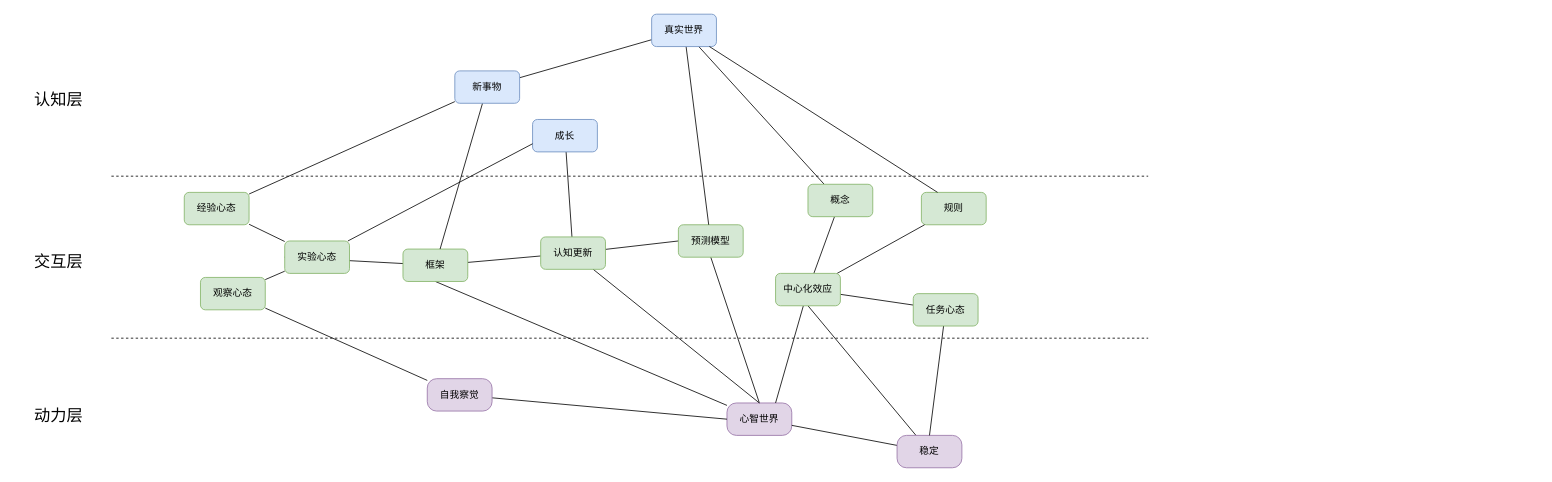
This is 深度思考-认知三层模型.drawio from youyusan/open_mind, a draw.io file, before an edit. Source tidied: cells renumbered, new cells numbered last; positions are measured from the earlier drawing's top-left corner, leaving out a move shared by most shapes. Both pictures are drawn from the tidied source at 81%, with x=0, y=0 at pixel (14, 14).
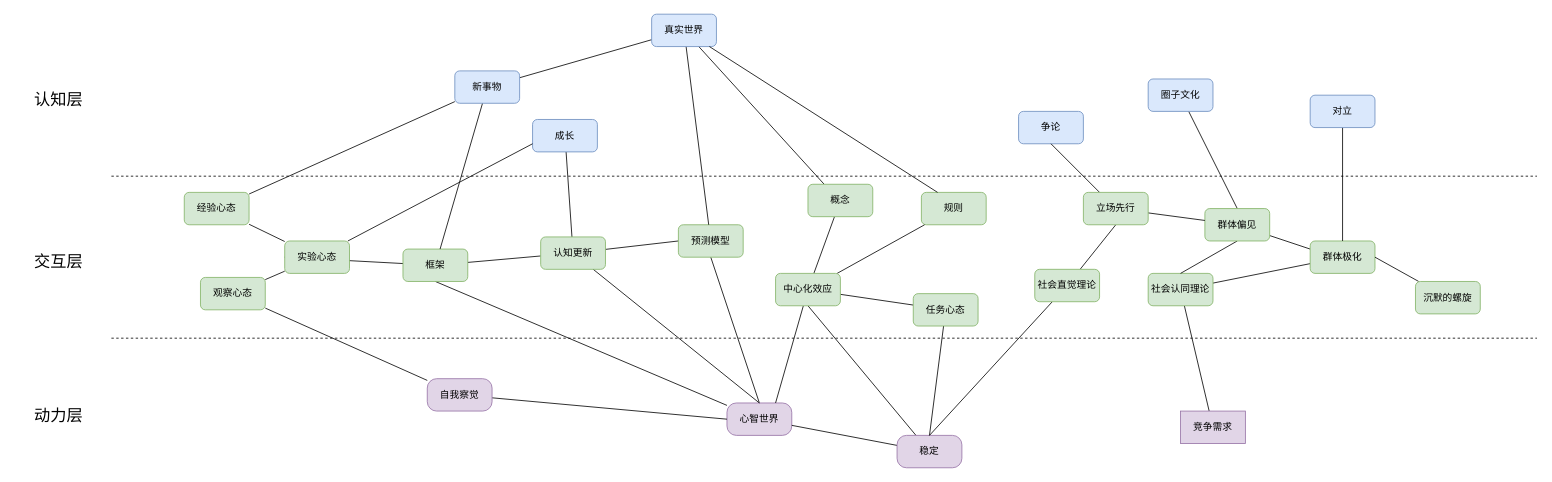
The same page after the edit.

Commit message (it also covers changes not shown here):
更新深度思考-认知三层模型.drawio

The change refers to these unchanged cells:
```xml
<mxCell id="18" value="稳定" style="rounded=1;whiteSpace=wrap;html=1;fillColor=#e1d5e7;strokeColor=#9673a6;arcSize=29;" parent="1" vertex="1">
  <mxGeometry x="1090" y="520" width="80" height="40" as="geometry" />
</mxCell>
```

The edit, as a diff of the source:
```diff
@@
     <mxCell id="2" style="endArrow=none;dashed=1;html=1;rounded=0;" parent="1" edge="1">
       <mxGeometry relative="1" as="geometry">
         <mxPoint x="120" y="200" as="sourcePoint" />
-        <mxPoint x="1400" y="200" as="targetPoint" />
+        <mxPoint x="1880" y="200" as="targetPoint" />
       </mxGeometry>
     </mxCell>
     <mxCell id="3" style="endArrow=none;dashed=1;html=1;rounded=0;" parent="1" edge="1">
       <mxGeometry relative="1" as="geometry">
         <mxPoint x="120" y="400" as="sourcePoint" />
-        <mxPoint x="1400" y="400" as="targetPoint" />
+        <mxPoint x="1880" y="400" as="targetPoint" />
       </mxGeometry>
     </mxCell>
@@
+    <mxCell id="48" value="争论" style="rounded=1;whiteSpace=wrap;html=1;fillColor=#dae8fc;strokeColor=#6c8ebf;" parent="1" vertex="1">
+      <mxGeometry x="1240" y="120" width="80" height="40" as="geometry" />
+    </mxCell>
+    <mxCell id="49" style="edgeStyle=none;rounded=0;jettySize=auto;html=1;entryX=0.5;entryY=0;entryDx=0;entryDy=0;strokeColor=default;align=center;verticalAlign=middle;fontFamily=Helvetica;fontSize=11;fontColor=default;labelBackgroundColor=default;endArrow=none;endFill=0;" parent="1" edge="1" source="51" target="18">
+      <mxGeometry relative="1" as="geometry" />
+    </mxCell>
+    <mxCell id="50" style="edgeStyle=none;rounded=0;jettySize=auto;html=1;entryX=0.5;entryY=1;entryDx=0;entryDy=0;strokeColor=default;align=center;verticalAlign=middle;fontFamily=Helvetica;fontSize=11;fontColor=default;labelBackgroundColor=default;endArrow=none;endFill=0;" parent="1" edge="1" source="51" target="63">
+      <mxGeometry relative="1" as="geometry" />
+    </mxCell>
+    <mxCell id="51" value="社会直觉理论" style="rounded=1;whiteSpace=wrap;html=1;fillColor=#d5e8d4;strokeColor=#82b366;" parent="1" vertex="1">
+      <mxGeometry x="1260" y="315" width="80" height="40" as="geometry" />
+    </mxCell>
+    <mxCell id="52" style="edgeStyle=none;rounded=0;jettySize=auto;html=1;strokeColor=default;align=center;verticalAlign=middle;fontFamily=Helvetica;fontSize=11;fontColor=default;labelBackgroundColor=default;endArrow=none;endFill=0;" parent="1" edge="1" source="54" target="56">
+      <mxGeometry relative="1" as="geometry" />
+    </mxCell>
+    <mxCell id="53" style="edgeStyle=none;rounded=0;jettySize=auto;html=1;strokeColor=default;align=center;verticalAlign=middle;fontFamily=Helvetica;fontSize=11;fontColor=default;labelBackgroundColor=default;endArrow=none;endFill=0;" parent="1" edge="1" source="54" target="64">
+      <mxGeometry relative="1" as="geometry" />
+    </mxCell>
+    <mxCell id="54" value="社会认同理论" style="rounded=1;whiteSpace=wrap;html=1;fillColor=#d5e8d4;strokeColor=#82b366;" parent="1" vertex="1">
+      <mxGeometry x="1400" y="320" width="80" height="40" as="geometry" />
+    </mxCell>
+    <mxCell id="55" style="edgeStyle=none;rounded=0;jettySize=auto;html=1;entryX=0.5;entryY=0;entryDx=0;entryDy=0;strokeColor=default;align=center;verticalAlign=middle;fontFamily=Helvetica;fontSize=11;fontColor=default;labelBackgroundColor=default;endArrow=none;endFill=0;exitX=0.5;exitY=1;exitDx=0;exitDy=0;" parent="1" edge="1" source="60" target="54">
+      <mxGeometry relative="1" as="geometry" />
+    </mxCell>
+    <mxCell id="56" value="竞争需求" style="rounded=1;whiteSpace=wrap;html=1;fillColor=#e1d5e7;strokeColor=#9673a6;arcSize=0;" parent="1" vertex="1">
+      <mxGeometry x="1440" y="490" width="80" height="40" as="geometry" />
+    </mxCell>
+    <mxCell id="57" style="edgeStyle=none;rounded=0;jettySize=auto;html=1;entryX=0.5;entryY=0;entryDx=0;entryDy=0;strokeColor=default;align=center;verticalAlign=middle;fontFamily=Helvetica;fontSize=11;fontColor=default;labelBackgroundColor=default;endArrow=none;endFill=0;" parent="1" edge="1" source="58" target="60">
+      <mxGeometry relative="1" as="geometry" />
+    </mxCell>
+    <mxCell id="58" value="圈子文化" style="rounded=1;whiteSpace=wrap;html=1;fillColor=#dae8fc;strokeColor=#6c8ebf;" parent="1" vertex="1">
+      <mxGeometry x="1400" y="80" width="80" height="40" as="geometry" />
+    </mxCell>
+    <mxCell id="59" style="edgeStyle=none;rounded=0;jettySize=auto;html=1;entryX=0;entryY=0.25;entryDx=0;entryDy=0;strokeColor=default;align=center;verticalAlign=middle;fontFamily=Helvetica;fontSize=11;fontColor=default;labelBackgroundColor=default;endArrow=none;endFill=0;" parent="1" edge="1" source="60" target="64">
+      <mxGeometry relative="1" as="geometry" />
+    </mxCell>
+    <mxCell id="60" value="群体偏见" style="rounded=1;whiteSpace=wrap;html=1;fillColor=#d5e8d4;strokeColor=#82b366;" parent="1" vertex="1">
+      <mxGeometry x="1470" y="240" width="80" height="40" as="geometry" />
+    </mxCell>
+    <mxCell id="61" style="edgeStyle=none;rounded=0;jettySize=auto;html=1;entryX=0.5;entryY=1;entryDx=0;entryDy=0;strokeColor=default;align=center;verticalAlign=middle;fontFamily=Helvetica;fontSize=11;fontColor=default;labelBackgroundColor=default;endArrow=none;endFill=0;" parent="1" edge="1" source="63" target="48">
+      <mxGeometry relative="1" as="geometry" />
+    </mxCell>
+    <mxCell id="62" style="edgeStyle=none;rounded=0;jettySize=auto;html=1;strokeColor=default;align=center;verticalAlign=middle;fontFamily=Helvetica;fontSize=11;fontColor=default;labelBackgroundColor=default;endArrow=none;endFill=0;" parent="1" edge="1" source="63" target="60">
+      <mxGeometry relative="1" as="geometry" />
+    </mxCell>
+    <mxCell id="63" value="立场先行" style="rounded=1;whiteSpace=wrap;html=1;fillColor=#d5e8d4;strokeColor=#82b366;" parent="1" vertex="1">
+      <mxGeometry x="1320" y="220" width="80" height="40" as="geometry" />
+    </mxCell>
+    <mxCell id="64" value="群体极化" style="rounded=1;whiteSpace=wrap;html=1;fillColor=#d5e8d4;strokeColor=#82b366;" parent="1" vertex="1">
+      <mxGeometry x="1600" y="280" width="80" height="40" as="geometry" />
+    </mxCell>
+    <mxCell id="65" style="edgeStyle=none;rounded=0;jettySize=auto;html=1;entryX=0.5;entryY=0;entryDx=0;entryDy=0;strokeColor=default;align=center;verticalAlign=middle;fontFamily=Helvetica;fontSize=11;fontColor=default;labelBackgroundColor=default;endArrow=none;endFill=0;" parent="1" edge="1" source="66" target="64">
+      <mxGeometry relative="1" as="geometry" />
+    </mxCell>
+    <mxCell id="66" value="对立" style="rounded=1;whiteSpace=wrap;html=1;fillColor=#dae8fc;strokeColor=#6c8ebf;" parent="1" vertex="1">
+      <mxGeometry x="1600" y="100" width="80" height="40" as="geometry" />
+    </mxCell>
+    <mxCell id="67" style="edgeStyle=none;rounded=0;jettySize=auto;html=1;entryX=1;entryY=0.5;entryDx=0;entryDy=0;strokeColor=default;align=center;verticalAlign=middle;fontFamily=Helvetica;fontSize=11;fontColor=default;labelBackgroundColor=default;endArrow=none;endFill=0;" parent="1" edge="1" source="68" target="64">
+      <mxGeometry relative="1" as="geometry" />
+    </mxCell>
+    <mxCell id="68" value="沉默的螺旋" style="rounded=1;whiteSpace=wrap;html=1;fillColor=#d5e8d4;strokeColor=#82b366;" parent="1" vertex="1">
+      <mxGeometry x="1730" y="330" width="80" height="40" as="geometry" />
+    </mxCell>
```
